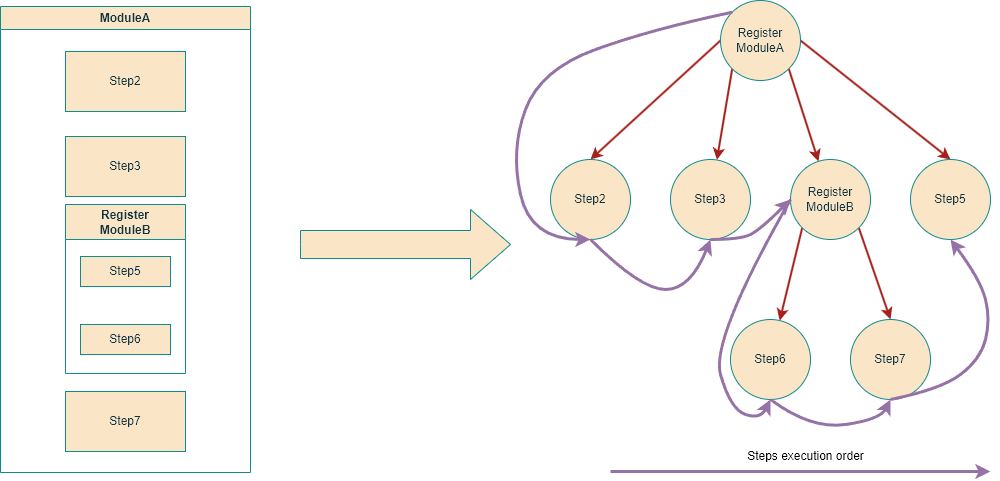
Before: docs/2-essentials/images/modules-set-up.drawio.png, a diagram exported from draw.io (VasiliyKolihalov/FatNetLib). Source tidied: cells renumbered, new cells last; positions are measured from the earlier drawing's top-left corner, leaving out a move shared by most shapes.
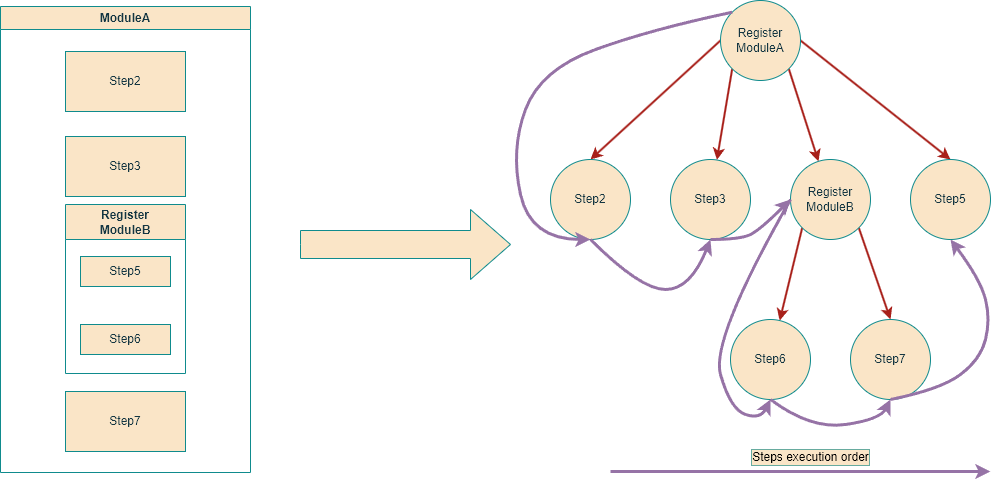
The same diagram one commit later.

The edit, as a diff of the source:
```diff
@@ -124,8 +124,8 @@
         <mxPoint x="990" y="471" as="targetPoint" />
       </mxGeometry>
     </mxCell>
-    <mxCell id="30" value="Steps execution order" style="text;html=1;align=center;verticalAlign=middle;strokeColor=none;fillColor=none;" parent="1" vertex="1">
-      <mxGeometry x="735" y="441" width="140" height="30" as="geometry" />
+    <mxCell id="30" value="Steps execution order" style="text;html=1;align=center;verticalAlign=middle;strokeColor=none;fillColor=none;labelBorderColor=#67AB9F;labelBackgroundColor=#FAE5C7;" parent="1" vertex="1">
+      <mxGeometry x="740" y="442" width="140" height="30" as="geometry" />
     </mxCell>
   </root>
 </mxGraphModel>
```
